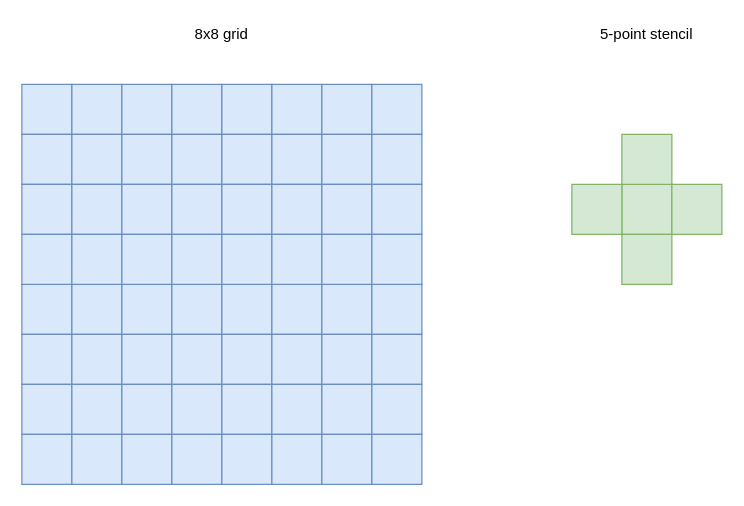
This is content/diagrams/Stencil Application.drawio from ENCCS/intermediate-mpi, a draw.io file, before an edit. Source tidied: cells renumbered, new cells numbered last; positions are measured from the earlier drawing's top-left corner, leaving out a move shared by most shapes. Both pictures are drawn from the tidied source at 125%, with x=0, y=0 at pixel (21, 21).
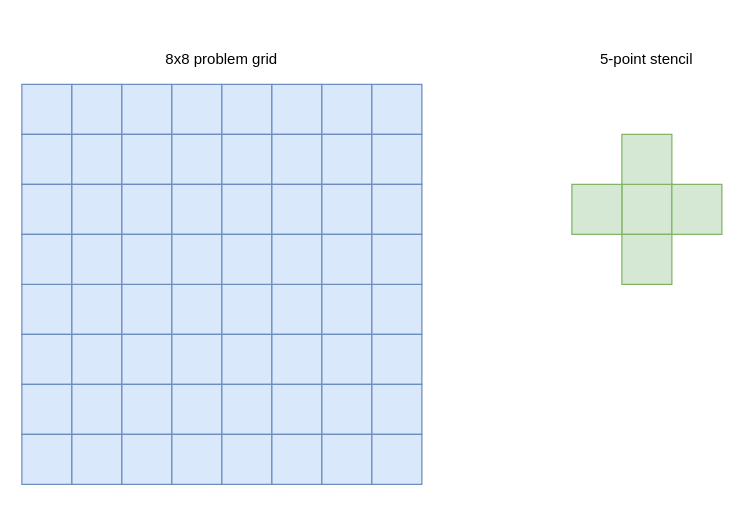
The same diagram, later.

What changed in the source:
```diff
@@
     <mxCell id="37" value="5-point stencil" style="text;html=1;strokeColor=none;fillColor=none;align=center;verticalAlign=middle;whiteSpace=wrap;rounded=0;" parent="1" vertex="1">
-      <mxGeometry x="440" width="120" height="20" as="geometry" />
+      <mxGeometry x="440" y="20" width="120" height="20" as="geometry" />
     </mxCell>
@@
-    <mxCell id="72" value="8x8 grid" style="text;html=1;strokeColor=none;fillColor=none;align=center;verticalAlign=middle;whiteSpace=wrap;rounded=0;" parent="1" vertex="1">
-      <mxGeometry x="80" width="160" height="20" as="geometry" />
+    <mxCell id="72" value="8x8 problem grid" style="text;html=1;strokeColor=none;fillColor=none;align=center;verticalAlign=middle;whiteSpace=wrap;rounded=0;" parent="1" vertex="1">
+      <mxGeometry x="80" y="20" width="160" height="20" as="geometry" />
     </mxCell>
```
